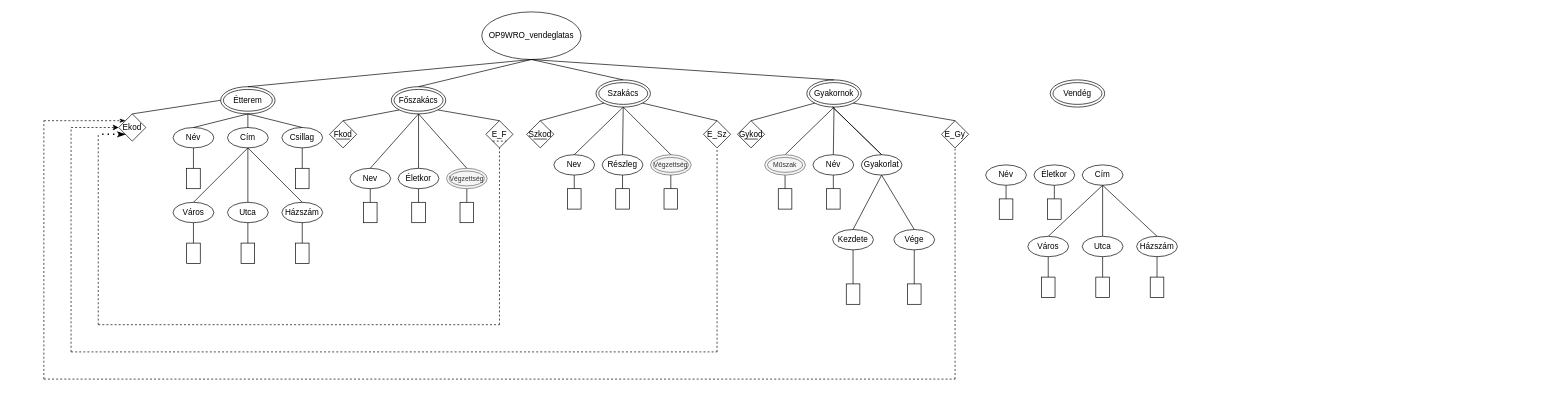
Above: 1007/OP9WRO_vengeglatas.drawio in DDavid112/OP9WROWebXML (draw.io), before the change. Source tidied: cells renumbered, new cells numbered last; positions are measured from the earlier drawing's top-left corner, leaving out a move shared by most shapes. Both pictures are drawn from the tidied source at 68%, with x=0, y=0 at pixel (44, 12).
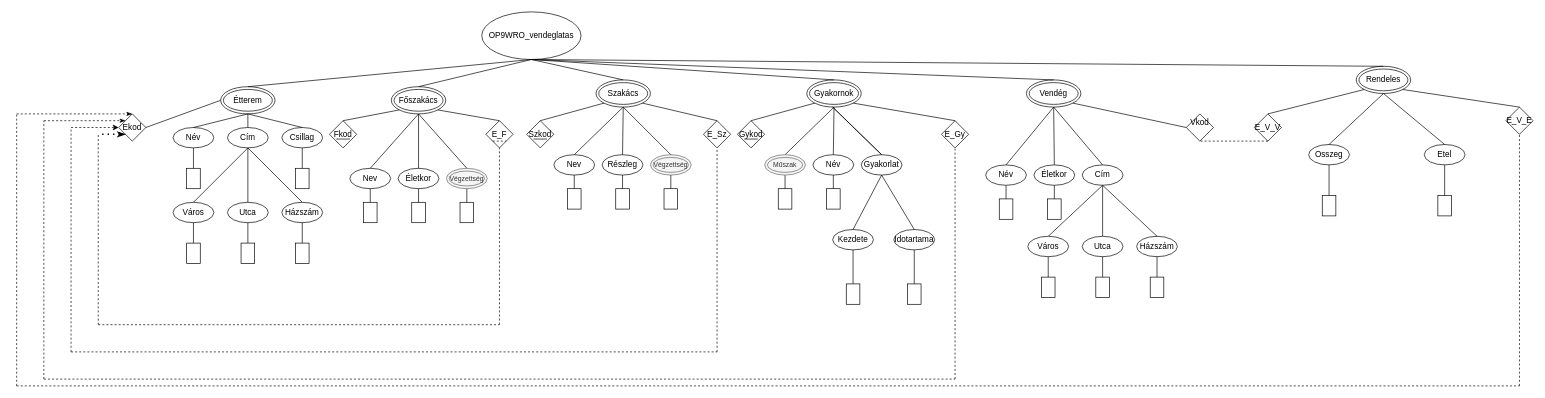
The same page after the edit.

Unchanged cells that the change refers to:
```xml
<mxCell id="2" value="OP9WRO_vendeglatas" style="ellipse;whiteSpace=wrap;html=1;shapeInside=1;" parent="1" vertex="1">
  <mxGeometry x="644" width="146" height="70" as="geometry" />
</mxCell>
<mxCell id="3" value="Étterem" style="ellipse;shape=doubleEllipse;whiteSpace=wrap;html=1;" parent="1" vertex="1">
  <mxGeometry x="260" y="110" width="80" height="40" as="geometry" />
</mxCell>
<mxCell id="21" value="Ekod" style="rhombus;whiteSpace=wrap;html=1;shapeInside=1;" parent="1" vertex="1">
  <mxGeometry x="110" y="150" width="40" height="40" as="geometry" />
</mxCell>
<mxCell id="106" value="Életkor" style="ellipse;whiteSpace=wrap;html=1;shapeInside=1;" parent="1" vertex="1">
  <mxGeometry x="1456" y="225" width="60" height="30" as="geometry" />
</mxCell>
<mxCell id="112" value="Cím" style="ellipse;whiteSpace=wrap;html=1;shapeInside=1;" parent="1" vertex="1">
  <mxGeometry x="1527" y="225" width="60" height="30" as="geometry" />
</mxCell>
<mxCell id="114" value="Név" style="ellipse;whiteSpace=wrap;html=1;shapeInside=1;" parent="1" vertex="1">
  <mxGeometry x="1385" y="225" width="60" height="30" as="geometry" />
</mxCell>
```

The edit, as a diff of the source:
```diff
@@
-    <mxCell id="86" value="Vége" style="ellipse;whiteSpace=wrap;html=1;shapeInside=1;" parent="1" vertex="1">
+    <mxCell id="86" value="Idotartama" style="ellipse;whiteSpace=wrap;html=1;shapeInside=1;" parent="1" vertex="1">
       <mxGeometry x="1250" y="320" width="60" height="30" as="geometry" />
     </mxCell>
@@
-    <mxCell id="104" style="endArrow=none;html=1;rounded=0;exitX=0.5;exitY=0;exitDx=0;exitDy=0;entryX=0;entryY=0.5;entryDx=0;entryDy=0;" parent="1" edge="1" source="21" target="3">
+    <mxCell id="104" style="endArrow=none;html=1;rounded=0;exitX=1;exitY=0.5;exitDx=0;exitDy=0;entryX=0;entryY=0.5;entryDx=0;entryDy=0;" parent="1" edge="1" source="21" target="3">
       <mxGeometry relative="1" as="geometry" />
     </mxCell>
     <mxCell id="105" value="Vendég" style="ellipse;shape=doubleEllipse;whiteSpace=wrap;html=1;" parent="1" vertex="1">
-      <mxGeometry x="1480" y="100" width="80" height="40" as="geometry" />
+      <mxGeometry x="1445" y="100" width="80" height="40" as="geometry" />
     </mxCell>
@@
+    <mxCell id="125" style="endArrow=none;html=1;rounded=0;exitX=0.5;exitY=0;exitDx=0;exitDy=0;entryX=0.5;entryY=1;entryDx=0;entryDy=0;" parent="1" edge="1" source="105" target="2">
+      <mxGeometry relative="1" as="geometry" />
+    </mxCell>
+    <mxCell id="126" style="endArrow=none;html=1;rounded=0;entryX=0.5;entryY=1;entryDx=0;entryDy=0;exitX=0.5;exitY=0;exitDx=0;exitDy=0;" parent="1" edge="1" source="114" target="105">
+      <mxGeometry relative="1" as="geometry" />
+    </mxCell>
+    <mxCell id="127" style="endArrow=none;html=1;rounded=0;entryX=0.5;entryY=1;entryDx=0;entryDy=0;exitX=0.5;exitY=0;exitDx=0;exitDy=0;" parent="1" edge="1" source="106" target="105">
+      <mxGeometry relative="1" as="geometry" />
+    </mxCell>
+    <mxCell id="128" style="endArrow=none;html=1;rounded=0;entryX=0.5;entryY=1;entryDx=0;entryDy=0;exitX=0.5;exitY=0;exitDx=0;exitDy=0;" parent="1" edge="1" source="112" target="105">
+      <mxGeometry relative="1" as="geometry" />
+    </mxCell>
+    <mxCell id="129" value="Vkod&lt;div&gt;&lt;br/&gt;&lt;/div&gt;" style="rhombus;whiteSpace=wrap;html=1;shapeInside=1;" parent="1" vertex="1">
+      <mxGeometry x="1680" y="150" width="40" height="40" as="geometry" />
+    </mxCell>
+    <mxCell id="130" style="endArrow=none;html=1;rounded=0;entryX=1;entryY=1;entryDx=0;entryDy=0;exitX=0;exitY=0.5;exitDx=0;exitDy=0;" parent="1" edge="1" source="129" target="105">
+      <mxGeometry relative="1" as="geometry" />
+    </mxCell>
+    <mxCell id="131" style="endArrow=none;dashed=1;html=1;rounded=0;" parent="1" edge="1">
+      <mxGeometry relative="1" as="geometry">
+        <mxPoint x="1700" y="550" as="sourcePoint" />
+        <mxPoint x="2170" y="550" as="targetPoint" />
+      </mxGeometry>
+    </mxCell>
+    <mxCell id="132" style="endArrow=none;dashed=1;html=1;rounded=0;" parent="1" edge="1">
+      <mxGeometry relative="1" as="geometry">
+        <mxPoint x="-40" y="550" as="sourcePoint" />
+        <mxPoint x="1700" y="550" as="targetPoint" />
+      </mxGeometry>
+    </mxCell>
+    <mxCell id="133" style="endArrow=none;dashed=1;html=1;rounded=0;" parent="1" edge="1">
+      <mxGeometry relative="1" as="geometry">
+        <mxPoint x="-40" y="550" as="sourcePoint" />
+        <mxPoint x="-40" y="150" as="targetPoint" />
+      </mxGeometry>
+    </mxCell>
+    <mxCell id="134" style="endArrow=classicThin;dashed=1;html=1;rounded=0;entryX=0.5;entryY=0;entryDx=0;entryDy=0;endFill=1;" parent="1" edge="1" target="21">
+      <mxGeometry relative="1" as="geometry">
+        <mxPoint x="-40" y="150" as="sourcePoint" />
+      </mxGeometry>
+    </mxCell>
+    <mxCell id="135" value="Rendeles" style="ellipse;shape=doubleEllipse;whiteSpace=wrap;html=1;" parent="1" vertex="1">
+      <mxGeometry x="1930" y="80" width="80" height="40" as="geometry" />
+    </mxCell>
+    <mxCell id="136" value="Osszeg" style="ellipse;whiteSpace=wrap;html=1;shapeInside=1;" parent="1" vertex="1">
+      <mxGeometry x="1860" y="195" width="60" height="30" as="geometry" />
+    </mxCell>
+    <mxCell id="137" value="Etel" style="ellipse;whiteSpace=wrap;html=1;shapeInside=1;" parent="1" vertex="1">
+      <mxGeometry x="2030" y="195" width="60" height="30" as="geometry" />
+    </mxCell>
+    <mxCell id="138" style="rounded=0;whiteSpace=wrap;html=1;rotation=90;" parent="1" vertex="1">
+      <mxGeometry x="1875" y="275" width="30" height="20" as="geometry" />
+    </mxCell>
+    <mxCell id="139" style="rounded=0;whiteSpace=wrap;html=1;rotation=90;" parent="1" vertex="1">
+      <mxGeometry x="2045" y="275" width="30" height="20" as="geometry" />
+    </mxCell>
+    <mxCell id="140" value="&lt;div&gt;E_V_V&lt;/div&gt;" style="rhombus;whiteSpace=wrap;html=1;shapeInside=1;" parent="1" vertex="1">
+      <mxGeometry x="1780" y="150" width="40" height="40" as="geometry" />
+    </mxCell>
+    <mxCell id="141" value="&lt;div&gt;E_V_E&lt;/div&gt;" style="rhombus;whiteSpace=wrap;html=1;shapeInside=1;" parent="1" vertex="1">
+      <mxGeometry x="2150" y="140" width="40" height="40" as="geometry" />
+    </mxCell>
+    <mxCell id="142" style="endArrow=none;html=1;rounded=0;exitX=0.5;exitY=1;exitDx=0;exitDy=0;entryX=0.5;entryY=0;entryDx=0;entryDy=0;" parent="1" edge="1" source="2" target="135">
+      <mxGeometry relative="1" as="geometry" />
+    </mxCell>
+    <mxCell id="143" style="endArrow=none;html=1;rounded=0;entryX=0;entryY=1;entryDx=0;entryDy=0;exitX=0.5;exitY=0;exitDx=0;exitDy=0;" parent="1" edge="1" source="140" target="135">
+      <mxGeometry relative="1" as="geometry" />
+    </mxCell>
+    <mxCell id="144" style="endArrow=none;html=1;rounded=0;entryX=1;entryY=1;entryDx=0;entryDy=0;exitX=0.5;exitY=0;exitDx=0;exitDy=0;" parent="1" edge="1" source="141" target="135">
+      <mxGeometry relative="1" as="geometry" />
+    </mxCell>
+    <mxCell id="145" style="endArrow=none;html=1;rounded=0;entryX=0.5;entryY=0;entryDx=0;entryDy=0;exitX=0.5;exitY=1;exitDx=0;exitDy=0;" parent="1" edge="1" source="135" target="136">
+      <mxGeometry relative="1" as="geometry" />
+    </mxCell>
+    <mxCell id="146" style="endArrow=none;html=1;rounded=0;entryX=0.5;entryY=1;entryDx=0;entryDy=0;exitX=0;exitY=0.5;exitDx=0;exitDy=0;" parent="1" edge="1" source="138" target="136">
+      <mxGeometry relative="1" as="geometry" />
+    </mxCell>
+    <mxCell id="147" style="endArrow=none;html=1;rounded=0;entryX=0.5;entryY=1;entryDx=0;entryDy=0;exitX=0.5;exitY=0;exitDx=0;exitDy=0;" parent="1" edge="1" source="137" target="135">
+      <mxGeometry relative="1" as="geometry" />
+    </mxCell>
+    <mxCell id="148" style="endArrow=none;html=1;rounded=0;entryX=0.5;entryY=1;entryDx=0;entryDy=0;exitX=0;exitY=0.5;exitDx=0;exitDy=0;" parent="1" edge="1" source="139" target="137">
+      <mxGeometry relative="1" as="geometry" />
+    </mxCell>
+    <mxCell id="149" style="endArrow=none;dashed=1;html=1;rounded=0;entryX=0.5;entryY=1;entryDx=0;entryDy=0;exitX=0.5;exitY=1;exitDx=0;exitDy=0;" parent="1" edge="1" source="140" target="129">
+      <mxGeometry relative="1" as="geometry" />
+    </mxCell>
+    <mxCell id="150" style="endArrow=none;dashed=1;html=1;rounded=0;entryX=0.5;entryY=1;entryDx=0;entryDy=0;" parent="1" edge="1" target="141">
+      <mxGeometry relative="1" as="geometry">
+        <mxPoint x="2170" y="550" as="sourcePoint" />
+      </mxGeometry>
+    </mxCell>
```
